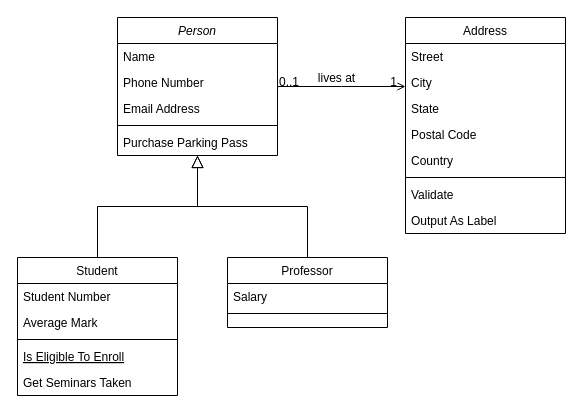
This is Untitled Diagram.drawio from Favour919/php-api, a draw.io file, before an edit. Source tidied: cells renumbered, new cells numbered last; positions are measured from the earlier drawing's top-left corner, leaving out a move shared by most shapes. Both pictures are drawn from the tidied source at 100%, with x=0, y=0 at pixel (17, 17).
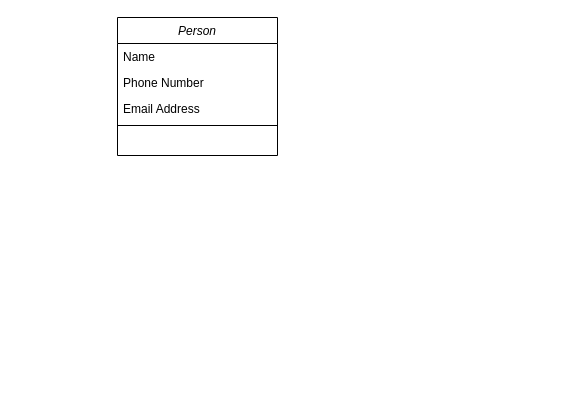
Above is the later version.

The change refers to these unchanged cells:
```xml
<mxCell id="2" value="Person" style="swimlane;fontStyle=2;align=center;verticalAlign=top;horizontal=1;startSize=26;rounded=0;shadow=0;strokeWidth=1;" parent="1" vertex="1">
  <mxGeometry x="100" width="160" height="138" as="geometry" />
</mxCell>
```

What changed in the source:
```diff
@@
-    <mxCell id="7" value="Purchase Parking Pass" style="text;align=left;verticalAlign=top;spacingLeft=4;spacingRight=4;overflow=hidden;" parent="2" vertex="1">
-      <mxGeometry y="112" width="160" height="26" as="geometry" />
-    </mxCell>
-    <mxCell id="8" value="Student" style="swimlane;fontStyle=0;align=center;verticalAlign=top;horizontal=1;startSize=26;rounded=0;shadow=0;strokeWidth=1;" parent="1" vertex="1">
-      <mxGeometry y="240" width="160" height="138" as="geometry" />
-    </mxCell>
-    <mxCell id="9" value="Student Number" style="text;align=left;verticalAlign=top;spacingLeft=4;spacingRight=4;overflow=hidden;" parent="8" vertex="1">
-      <mxGeometry y="26" width="160" height="26" as="geometry" />
-    </mxCell>
-    <mxCell id="10" value="Average Mark" style="text;align=left;verticalAlign=top;spacingLeft=4;spacingRight=4;overflow=hidden;rounded=0;shadow=0;html=0;" parent="8" vertex="1">
-      <mxGeometry y="52" width="160" height="26" as="geometry" />
-    </mxCell>
-    <mxCell id="11" style="line;html=1;strokeWidth=1;align=left;verticalAlign=middle;spacingTop=-1;spacingLeft=3;spacingRight=3;labelPosition=right;" parent="8" vertex="1">
-      <mxGeometry y="78" width="160" height="8" as="geometry" />
-    </mxCell>
-    <mxCell id="12" value="Is Eligible To Enroll" style="text;align=left;verticalAlign=top;spacingLeft=4;spacingRight=4;overflow=hidden;fontStyle=4;" parent="8" vertex="1">
-      <mxGeometry y="86" width="160" height="26" as="geometry" />
-    </mxCell>
-    <mxCell id="13" value="Get Seminars Taken" style="text;align=left;verticalAlign=top;spacingLeft=4;spacingRight=4;overflow=hidden;" parent="8" vertex="1">
-      <mxGeometry y="112" width="160" height="26" as="geometry" />
-    </mxCell>
-    <mxCell id="14" style="endArrow=block;endSize=10;endFill=0;shadow=0;strokeWidth=1;rounded=0;edgeStyle=elbowEdgeStyle;elbow=vertical;" parent="1" edge="1" source="8" target="2">
-      <mxGeometry relative="1" as="geometry" />
-    </mxCell>
-    <mxCell id="15" value="Professor" style="swimlane;fontStyle=0;align=center;verticalAlign=top;horizontal=1;startSize=26;rounded=0;shadow=0;strokeWidth=1;" parent="1" vertex="1">
-      <mxGeometry x="210" y="240" width="160" height="70" as="geometry" />
-    </mxCell>
-    <mxCell id="16" value="Salary" style="text;align=left;verticalAlign=top;spacingLeft=4;spacingRight=4;overflow=hidden;" parent="15" vertex="1">
-      <mxGeometry y="26" width="160" height="26" as="geometry" />
-    </mxCell>
-    <mxCell id="17" style="line;html=1;strokeWidth=1;align=left;verticalAlign=middle;spacingTop=-1;spacingLeft=3;spacingRight=3;labelPosition=right;" parent="15" vertex="1">
-      <mxGeometry y="52" width="160" height="8" as="geometry" />
-    </mxCell>
-    <mxCell id="18" style="endArrow=block;endSize=10;endFill=0;shadow=0;strokeWidth=1;rounded=0;edgeStyle=elbowEdgeStyle;elbow=vertical;" parent="1" edge="1" source="15" target="2">
-      <mxGeometry relative="1" as="geometry" />
-    </mxCell>
-    <mxCell id="19" value="Address" style="swimlane;fontStyle=0;align=center;verticalAlign=top;horizontal=1;startSize=26;rounded=0;shadow=0;strokeWidth=1;" parent="1" vertex="1">
-      <mxGeometry x="388" width="160" height="216" as="geometry" />
-    </mxCell>
-    <mxCell id="20" value="Street" style="text;align=left;verticalAlign=top;spacingLeft=4;spacingRight=4;overflow=hidden;" parent="19" vertex="1">
-      <mxGeometry y="26" width="160" height="26" as="geometry" />
-    </mxCell>
-    <mxCell id="21" value="City" style="text;align=left;verticalAlign=top;spacingLeft=4;spacingRight=4;overflow=hidden;rounded=0;shadow=0;html=0;" parent="19" vertex="1">
-      <mxGeometry y="52" width="160" height="26" as="geometry" />
-    </mxCell>
-    <mxCell id="22" value="State" style="text;align=left;verticalAlign=top;spacingLeft=4;spacingRight=4;overflow=hidden;rounded=0;shadow=0;html=0;" parent="19" vertex="1">
-      <mxGeometry y="78" width="160" height="26" as="geometry" />
-    </mxCell>
-    <mxCell id="23" value="Postal Code" style="text;align=left;verticalAlign=top;spacingLeft=4;spacingRight=4;overflow=hidden;rounded=0;shadow=0;html=0;" parent="19" vertex="1">
-      <mxGeometry y="104" width="160" height="26" as="geometry" />
-    </mxCell>
-    <mxCell id="24" value="Country" style="text;align=left;verticalAlign=top;spacingLeft=4;spacingRight=4;overflow=hidden;rounded=0;shadow=0;html=0;" parent="19" vertex="1">
-      <mxGeometry y="130" width="160" height="26" as="geometry" />
-    </mxCell>
-    <mxCell id="25" style="line;html=1;strokeWidth=1;align=left;verticalAlign=middle;spacingTop=-1;spacingLeft=3;spacingRight=3;labelPosition=right;" parent="19" vertex="1">
-      <mxGeometry y="156" width="160" height="8" as="geometry" />
-    </mxCell>
-    <mxCell id="26" value="Validate" style="text;align=left;verticalAlign=top;spacingLeft=4;spacingRight=4;overflow=hidden;" parent="19" vertex="1">
-      <mxGeometry y="164" width="160" height="26" as="geometry" />
-    </mxCell>
-    <mxCell id="27" value="Output As Label" style="text;align=left;verticalAlign=top;spacingLeft=4;spacingRight=4;overflow=hidden;" parent="19" vertex="1">
-      <mxGeometry y="190" width="160" height="26" as="geometry" />
-    </mxCell>
-    <mxCell id="28" style="endArrow=open;shadow=0;strokeWidth=1;rounded=0;endFill=1;edgeStyle=elbowEdgeStyle;elbow=vertical;" parent="1" edge="1" source="2" target="19">
-      <mxGeometry x="0.5" y="41" relative="1" as="geometry">
-        <mxPoint x="-40" y="32" as="offset" />
-      </mxGeometry>
-    </mxCell>
-    <mxCell id="29" value="0..1" style="align=left;verticalAlign=bottom;labelBackgroundColor=none;fontSize=12;" parent="28" vertex="1">
-      <mxGeometry x="-1" relative="1" as="geometry">
-        <mxPoint y="4" as="offset" />
-      </mxGeometry>
-    </mxCell>
-    <mxCell id="30" value="1" style="align=right;verticalAlign=bottom;labelBackgroundColor=none;fontSize=12;" parent="28" vertex="1">
-      <mxGeometry x="1" relative="1" as="geometry">
-        <mxPoint x="-7" y="4" as="offset" />
-      </mxGeometry>
-    </mxCell>
-    <mxCell id="31" value="lives at" style="text;html=1;align=center;verticalAlign=middle;labelBackgroundColor=none;rounded=0;shadow=0;strokeWidth=1;fontSize=12;" parent="28" vertex="1">
-      <mxGeometry x="0.5" y="49" relative="1" as="geometry">
-        <mxPoint x="-38" y="40" as="offset" />
-      </mxGeometry>
-    </mxCell>
```
